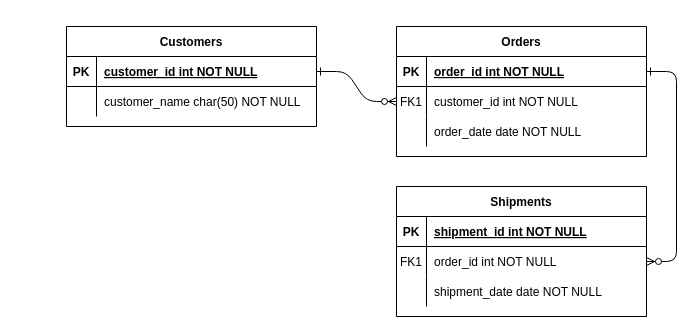
Earlier version of the draw.io diagram Tabel ERD Perpus.drawio (ArisHengkerPro/PENS). Source tidied: cells renumbered, new cells numbered last; positions are measured from the earlier drawing's top-left corner, leaving out a move shared by most shapes. Both pictures are drawn from the tidied source at 100%, with x=0, y=0 at pixel (66, 26).
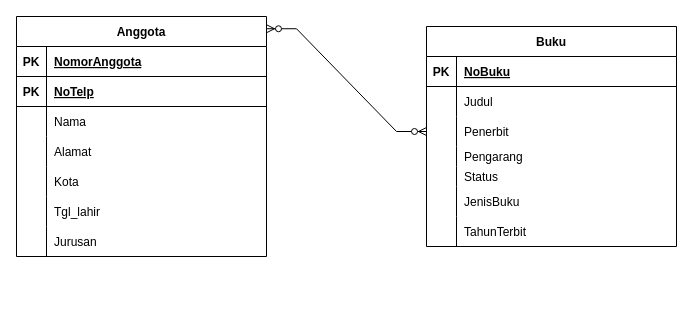
Above is the later version.

The change refers to these unchanged cells:
```xml
<mxCell id="5" style="shape=partialRectangle;fillColor=none;points=[[0,0.5],[1,0.5]];portConstraint=eastwest;top=0;left=0;right=0;bottom=1;" parent="4" vertex="1">
  <mxGeometry y="30" width="250" height="30" as="geometry" />
</mxCell>
<mxCell id="8" style="shape=partialRectangle;fillColor=none;points=[[0,0.5],[1,0.5]];portConstraint=eastwest;top=0;left=0;right=0;bottom=0;" parent="4" vertex="1">
  <mxGeometry y="60" width="250" height="30" as="geometry" />
</mxCell>
<mxCell id="11" style="shape=partialRectangle;fillColor=none;points=[[0,0.5],[1,0.5]];portConstraint=eastwest;top=0;left=0;right=0;bottom=0;" parent="4" vertex="1">
  <mxGeometry y="90" width="250" height="30" as="geometry" />
</mxCell>
<mxCell id="25" style="shape=partialRectangle;fillColor=none;points=[[0,0.5],[1,0.5]];portConstraint=eastwest;top=0;left=0;right=0;bottom=1;" parent="24" vertex="1">
  <mxGeometry y="30" width="250" height="30" as="geometry" />
</mxCell>
```

What changed in the source:
```diff
@@
-    <mxCell id="2" style="edgeStyle=entityRelationEdgeStyle;endArrow=ERzeroToMany;startArrow=ERone;endFill=1;startFill=0;" parent="1" edge="1" source="25" target="8">
-      <mxGeometry relative="1" as="geometry" />
-    </mxCell>
-    <mxCell id="3" style="edgeStyle=entityRelationEdgeStyle;endArrow=ERzeroToMany;startArrow=ERone;endFill=1;startFill=0;" parent="1" edge="1" source="5" target="18">
-      <mxGeometry relative="1" as="geometry" />
-    </mxCell>
-    <mxCell id="4" value="Orders" style="shape=table;startSize=30;childLayout=tableLayout;rowLines=0;fontStyle=1;align=center;" parent="1" vertex="1">
-      <mxGeometry x="330" width="250" height="130" as="geometry" />
+    <mxCell id="4" value="Buku" style="shape=table;startSize=30;childLayout=tableLayout;rowLines=0;fontStyle=1;align=center;" parent="1" vertex="1">
+      <mxGeometry x="360" width="250" height="220" as="geometry" />
     </mxCell>
@@
-    <mxCell id="7" value="order_id int NOT NULL " style="shape=partialRectangle;overflow=hidden;fillColor=none;top=0;left=0;bottom=0;right=0;align=left;spacingLeft=6;fontStyle=5;" parent="5" vertex="1">
+    <mxCell id="7" value="NoBuku" style="shape=partialRectangle;overflow=hidden;fillColor=none;top=0;left=0;bottom=0;right=0;align=left;spacingLeft=6;fontStyle=5;" parent="5" vertex="1">
       <mxGeometry x="30" width="220" height="30" as="geometry" />
     </mxCell>
@@
-    <mxCell id="9" value="FK1" style="shape=partialRectangle;overflow=hidden;fillColor=none;top=0;left=0;bottom=0;right=0;" parent="8" vertex="1">
+    <mxCell id="9" style="shape=partialRectangle;overflow=hidden;fillColor=none;top=0;left=0;bottom=0;right=0;" parent="8" vertex="1">
       <mxGeometry width="30" height="30" as="geometry" />
     </mxCell>
-    <mxCell id="10" value="customer_id int NOT NULL" style="shape=partialRectangle;overflow=hidden;fillColor=none;top=0;left=0;bottom=0;right=0;align=left;spacingLeft=6;" parent="8" vertex="1">
+    <mxCell id="10" value="Judul" style="shape=partialRectangle;overflow=hidden;fillColor=none;top=0;left=0;bottom=0;right=0;align=left;spacingLeft=6;" parent="8" vertex="1">
       <mxGeometry x="30" width="220" height="30" as="geometry" />
     </mxCell>
@@
-    <mxCell id="13" value="order_date date NOT NULL" style="shape=partialRectangle;overflow=hidden;fillColor=none;top=0;left=0;bottom=0;right=0;align=left;spacingLeft=6;" parent="11" vertex="1">
+    <mxCell id="13" value="Penerbit" style="shape=partialRectangle;overflow=hidden;fillColor=none;top=0;left=0;bottom=0;right=0;align=left;spacingLeft=6;" parent="11" vertex="1">
       <mxGeometry x="30" width="220" height="30" as="geometry" />
     </mxCell>
-    <mxCell id="14" value="Shipments" style="shape=table;startSize=30;childLayout=tableLayout;rowLines=0;fontStyle=1;align=center;" parent="1" vertex="1">
-      <mxGeometry x="330" y="160" width="250" height="130" as="geometry" />
-    </mxCell>
-    <mxCell id="15" style="shape=partialRectangle;fillColor=none;top=0;left=0;right=0;bottom=1;" parent="14" vertex="1">
-      <mxGeometry y="30" width="250" height="30" as="geometry" />
-    </mxCell>
-    <mxCell id="16" value="PK" style="shape=partialRectangle;overflow=hidden;fillColor=none;top=0;left=0;bottom=0;right=0;fontStyle=1;" parent="15" vertex="1">
-      <mxGeometry width="30" height="30" as="geometry" />
-    </mxCell>
-    <mxCell id="17" value="shipment_id int NOT NULL " style="shape=partialRectangle;overflow=hidden;fillColor=none;top=0;left=0;bottom=0;right=0;align=left;spacingLeft=6;fontStyle=5;" parent="15" vertex="1">
-      <mxGeometry x="30" width="220" height="30" as="geometry" />
-    </mxCell>
-    <mxCell id="18" style="shape=partialRectangle;fillColor=none;points=[[0,0.5],[1,0.5]];portConstraint=eastwest;top=0;left=0;right=0;bottom=0;" parent="14" vertex="1">
-      <mxGeometry y="60" width="250" height="30" as="geometry" />
-    </mxCell>
-    <mxCell id="19" value="FK1" style="shape=partialRectangle;overflow=hidden;fillColor=none;top=0;left=0;bottom=0;right=0;" parent="18" vertex="1">
-      <mxGeometry width="30" height="30" as="geometry" />
-    </mxCell>
-    <mxCell id="20" value="order_id int NOT NULL" style="shape=partialRectangle;overflow=hidden;fillColor=none;top=0;left=0;bottom=0;right=0;align=left;spacingLeft=6;" parent="18" vertex="1">
-      <mxGeometry x="30" width="220" height="30" as="geometry" />
-    </mxCell>
-    <mxCell id="21" style="shape=partialRectangle;fillColor=none;top=0;left=0;right=0;bottom=0;" parent="14" vertex="1">
-      <mxGeometry y="90" width="250" height="30" as="geometry" />
-    </mxCell>
-    <mxCell id="22" style="shape=partialRectangle;overflow=hidden;fillColor=none;top=0;left=0;bottom=0;right=0;" parent="21" vertex="1">
-      <mxGeometry width="30" height="30" as="geometry" />
-    </mxCell>
-    <mxCell id="23" value="shipment_date date NOT NULL" style="shape=partialRectangle;overflow=hidden;fillColor=none;top=0;left=0;bottom=0;right=0;align=left;spacingLeft=6;" parent="21" vertex="1">
-      <mxGeometry x="30" width="220" height="30" as="geometry" />
-    </mxCell>
+    <mxCell id="31" style="shape=partialRectangle;fillColor=none;top=0;left=0;right=0;bottom=0;" parent="4" vertex="1">
+      <mxGeometry y="120" width="250" height="20" as="geometry" />
+    </mxCell>
+    <mxCell id="32" style="shape=partialRectangle;overflow=hidden;fillColor=none;top=0;left=0;bottom=0;right=0;" parent="31" vertex="1">
+      <mxGeometry width="30" height="20" as="geometry" />
+    </mxCell>
+    <mxCell id="33" value="Pengarang" style="shape=partialRectangle;overflow=hidden;fillColor=none;top=0;left=0;bottom=0;right=0;align=left;spacingLeft=6;" parent="31" vertex="1">
+      <mxGeometry x="30" width="220" height="20" as="geometry" />
+    </mxCell>
+    <mxCell id="34" style="shape=partialRectangle;fillColor=none;top=0;left=0;right=0;bottom=0;" parent="4" vertex="1">
+      <mxGeometry y="140" width="250" height="20" as="geometry" />
+    </mxCell>
+    <mxCell id="35" style="shape=partialRectangle;overflow=hidden;fillColor=none;top=0;left=0;bottom=0;right=0;" parent="34" vertex="1">
+      <mxGeometry width="30" height="20" as="geometry" />
+    </mxCell>
+    <mxCell id="36" value="Status" style="shape=partialRectangle;overflow=hidden;fillColor=none;top=0;left=0;bottom=0;right=0;align=left;spacingLeft=6;" parent="34" vertex="1">
+      <mxGeometry x="30" width="220" height="20" as="geometry" />
+    </mxCell>
+    <mxCell id="37" style="shape=partialRectangle;fillColor=none;top=0;left=0;right=0;bottom=0;" parent="4" vertex="1">
+      <mxGeometry y="160" width="250" height="30" as="geometry" />
+    </mxCell>
+    <mxCell id="38" style="shape=partialRectangle;overflow=hidden;fillColor=none;top=0;left=0;bottom=0;right=0;" parent="37" vertex="1">
+      <mxGeometry width="30" height="30" as="geometry" />
+    </mxCell>
+    <mxCell id="39" value="JenisBuku" style="shape=partialRectangle;overflow=hidden;fillColor=none;top=0;left=0;bottom=0;right=0;align=left;spacingLeft=6;" parent="37" vertex="1">
+      <mxGeometry x="30" width="220" height="30" as="geometry" />
+    </mxCell>
+    <mxCell id="40" style="shape=partialRectangle;fillColor=none;top=0;left=0;right=0;bottom=0;" parent="4" vertex="1">
+      <mxGeometry y="190" width="250" height="30" as="geometry" />
+    </mxCell>
+    <mxCell id="41" style="shape=partialRectangle;overflow=hidden;fillColor=none;top=0;left=0;bottom=0;right=0;" parent="40" vertex="1">
+      <mxGeometry width="30" height="30" as="geometry" />
+    </mxCell>
+    <mxCell id="42" value="TahunTerbit" style="shape=partialRectangle;overflow=hidden;fillColor=none;top=0;left=0;bottom=0;right=0;align=left;spacingLeft=6;" parent="40" vertex="1">
+      <mxGeometry x="30" width="220" height="30" as="geometry" />
+    </mxCell>
-    <mxCell id="24" value="Customers" style="shape=table;startSize=30;childLayout=tableLayout;rowLines=0;fontStyle=1;align=center;" parent="1" vertex="1">
-      <mxGeometry width="250" height="100" as="geometry" />
+    <mxCell id="24" value="Anggota" style="shape=table;startSize=30;childLayout=tableLayout;rowLines=0;fontStyle=1;align=center;" parent="1" vertex="1">
+      <mxGeometry x="-50" y="-10" width="250" height="240" as="geometry" />
     </mxCell>
@@
-    <mxCell id="27" value="customer_id int NOT NULL " style="shape=partialRectangle;overflow=hidden;fillColor=none;top=0;left=0;bottom=0;right=0;align=left;spacingLeft=6;fontStyle=5;" parent="25" vertex="1">
+    <mxCell id="27" value="NomorAnggota" style="shape=partialRectangle;overflow=hidden;fillColor=none;top=0;left=0;bottom=0;right=0;align=left;spacingLeft=6;fontStyle=5;" parent="25" vertex="1">
       <mxGeometry x="30" width="220" height="30" as="geometry" />
     </mxCell>
+    <mxCell id="43" style="shape=partialRectangle;fillColor=none;top=0;left=0;right=0;bottom=1;" parent="24" vertex="1">
+      <mxGeometry y="60" width="250" height="30" as="geometry" />
+    </mxCell>
+    <mxCell id="16" value="PK" style="shape=partialRectangle;overflow=hidden;fillColor=none;top=0;left=0;bottom=0;right=0;fontStyle=1;" parent="43" vertex="1">
+      <mxGeometry width="30" height="30" as="geometry" />
+    </mxCell>
+    <mxCell id="44" value="NoTelp" style="shape=partialRectangle;overflow=hidden;fillColor=none;top=0;left=0;bottom=0;right=0;align=left;spacingLeft=6;fontStyle=5;" parent="43" vertex="1">
+      <mxGeometry x="30" width="220" height="30" as="geometry" />
+    </mxCell>
     <mxCell id="28" style="shape=partialRectangle;fillColor=none;top=0;left=0;right=0;bottom=0;" parent="24" vertex="1">
-      <mxGeometry y="60" width="250" height="30" as="geometry" />
+      <mxGeometry y="90" width="250" height="30" as="geometry" />
     </mxCell>
-    <mxCell id="29" style="shape=partialRectangle;overflow=hidden;fillColor=none;top=0;left=0;bottom=0;right=0;" parent="28" vertex="1">
+    <mxCell id="29" style="shape=partialRectangle;overflow=hidden;fillColor=none;top=0;left=0;bottom=0;right=0;fontStyle=1;" parent="28" vertex="1">
       <mxGeometry width="30" height="30" as="geometry" />
     </mxCell>
-    <mxCell id="30" value="customer_name char(50) NOT NULL" style="shape=partialRectangle;overflow=hidden;fillColor=none;top=0;left=0;bottom=0;right=0;align=left;spacingLeft=6;" parent="28" vertex="1">
+    <mxCell id="30" value="Nama" style="shape=partialRectangle;overflow=hidden;fillColor=none;top=0;left=0;bottom=0;right=0;align=left;spacingLeft=6;" parent="28" vertex="1">
       <mxGeometry x="30" width="220" height="30" as="geometry" />
     </mxCell>
+    <mxCell id="45" style="shape=partialRectangle;fillColor=none;top=0;left=0;right=0;bottom=0;" parent="24" vertex="1">
+      <mxGeometry y="120" width="250" height="30" as="geometry" />
+    </mxCell>
+    <mxCell id="46" style="shape=partialRectangle;overflow=hidden;fillColor=none;top=0;left=0;bottom=0;right=0;fontStyle=1;" parent="45" vertex="1">
+      <mxGeometry width="30" height="30" as="geometry" />
+    </mxCell>
+    <mxCell id="47" value="Alamat" style="shape=partialRectangle;overflow=hidden;fillColor=none;top=0;left=0;bottom=0;right=0;align=left;spacingLeft=6;" parent="45" vertex="1">
+      <mxGeometry x="30" width="220" height="30" as="geometry" />
+    </mxCell>
+    <mxCell id="48" style="shape=partialRectangle;fillColor=none;top=0;left=0;right=0;bottom=0;" parent="24" vertex="1">
+      <mxGeometry y="150" width="250" height="30" as="geometry" />
+    </mxCell>
+    <mxCell id="49" style="shape=partialRectangle;overflow=hidden;fillColor=none;top=0;left=0;bottom=0;right=0;fontStyle=1;" parent="48" vertex="1">
+      <mxGeometry width="30" height="30" as="geometry" />
+    </mxCell>
+    <mxCell id="50" value="Kota" style="shape=partialRectangle;overflow=hidden;fillColor=none;top=0;left=0;bottom=0;right=0;align=left;spacingLeft=6;" parent="48" vertex="1">
+      <mxGeometry x="30" width="220" height="30" as="geometry" />
+    </mxCell>
+    <mxCell id="51" style="shape=partialRectangle;fillColor=none;top=0;left=0;right=0;bottom=0;" parent="24" vertex="1">
+      <mxGeometry y="180" width="250" height="30" as="geometry" />
+    </mxCell>
+    <mxCell id="52" style="shape=partialRectangle;overflow=hidden;fillColor=none;top=0;left=0;bottom=0;right=0;fontStyle=1;" parent="51" vertex="1">
+      <mxGeometry width="30" height="30" as="geometry" />
+    </mxCell>
+    <mxCell id="53" value="Tgl_lahir" style="shape=partialRectangle;overflow=hidden;fillColor=none;top=0;left=0;bottom=0;right=0;align=left;spacingLeft=6;" parent="51" vertex="1">
+      <mxGeometry x="30" width="220" height="30" as="geometry" />
+    </mxCell>
+    <mxCell id="54" style="shape=partialRectangle;fillColor=none;top=0;left=0;right=0;bottom=0;" parent="24" vertex="1">
+      <mxGeometry y="210" width="250" height="30" as="geometry" />
+    </mxCell>
+    <mxCell id="55" style="shape=partialRectangle;overflow=hidden;fillColor=none;top=0;left=0;bottom=0;right=0;fontStyle=1;" parent="54" vertex="1">
+      <mxGeometry width="30" height="30" as="geometry" />
+    </mxCell>
+    <mxCell id="56" value="Jurusan" style="shape=partialRectangle;overflow=hidden;fillColor=none;top=0;left=0;bottom=0;right=0;align=left;spacingLeft=6;" parent="54" vertex="1">
+      <mxGeometry x="30" width="220" height="30" as="geometry" />
+    </mxCell>
+    <mxCell id="57" style="edgeStyle=entityRelationEdgeStyle;fontSize=12;html=1;endArrow=ERzeroToMany;endFill=1;startArrow=ERzeroToMany;rounded=0;exitX=1;exitY=0.051;exitDx=0;exitDy=0;exitPerimeter=0;entryX=0;entryY=0.5;entryDx=0;entryDy=0;" parent="1" edge="1" source="24" target="11">
+      <mxGeometry relative="1" as="geometry" />
+    </mxCell>
```
